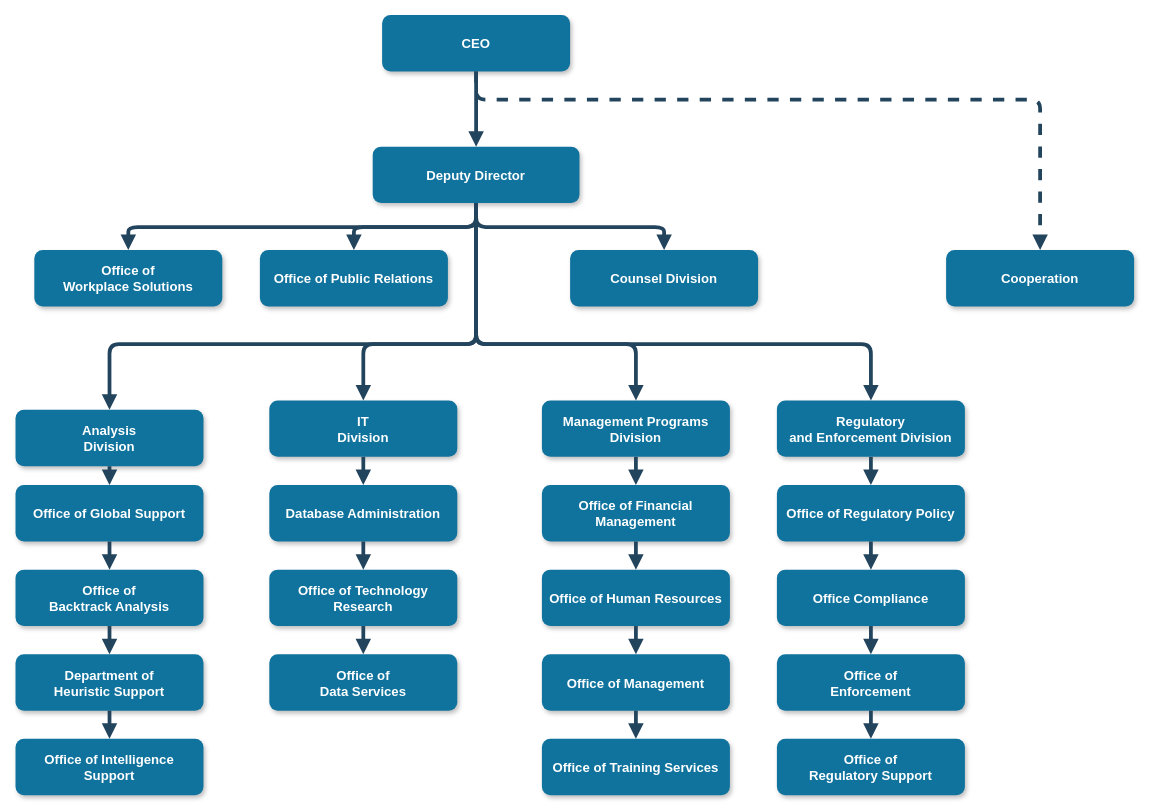
Before: Untitled Diagram.drawio in dikshyarai10/CHMD-, a draw.io diagram. Source tidied: cells renumbered, new cells numbered last; positions are measured from the earlier drawing's top-left corner, leaving out a move shared by most shapes. Both pictures are drawn from the tidied source at 94%, with x=0, y=0 at pixel (15, 15).
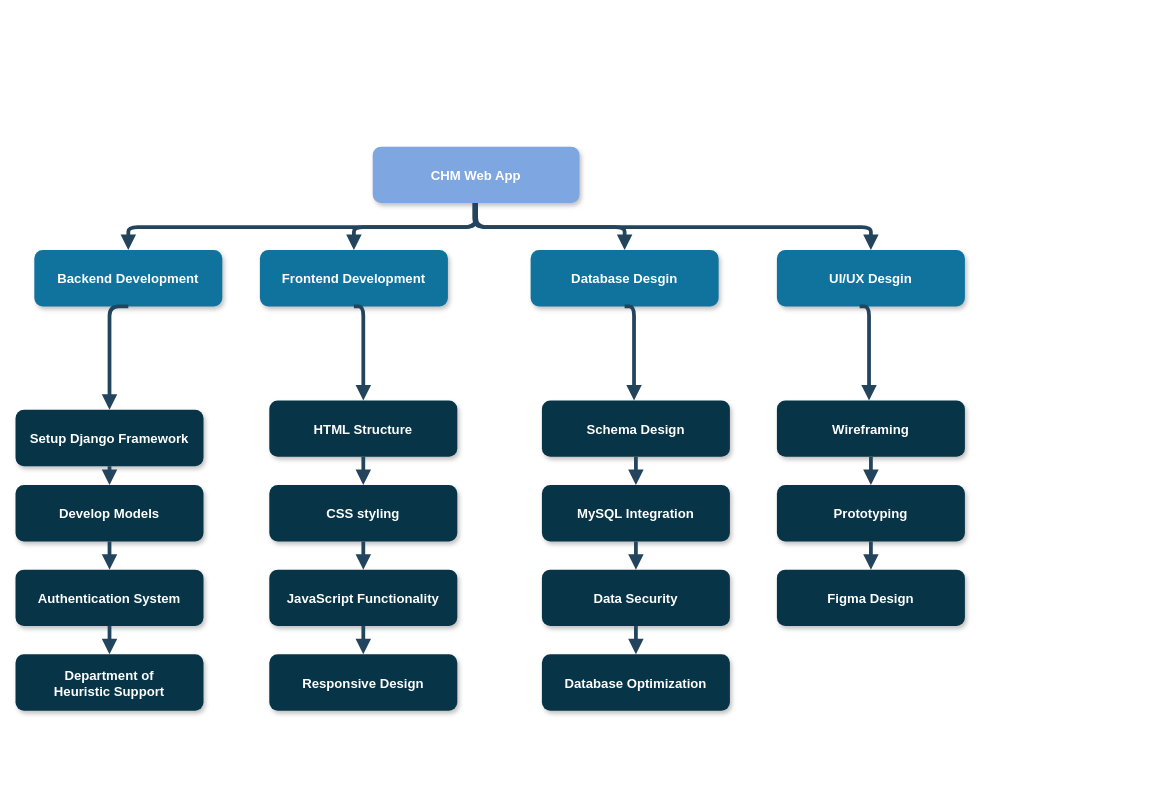
The same page after the edit.

Diff of the diagram source:
```diff
@@
-    <mxCell id="2" value="CEO" style="rounded=1;fillColor=#10739E;strokeColor=none;shadow=1;gradientColor=none;fontStyle=1;fontColor=#FFFFFF;fontSize=14;" parent="1" vertex="1">
-      <mxGeometry x="390" y="-0.5" width="200" height="60" as="geometry" />
-    </mxCell>
-    <mxCell id="3" value="Deputy Director" style="rounded=1;fillColor=#10739E;strokeColor=none;shadow=1;gradientColor=none;fontStyle=1;fontColor=#FFFFFF;fontSize=14;" parent="1" vertex="1">
+    <mxCell id="3" value="CHM Web App" style="rounded=1;fillColor=#7EA6E0;strokeColor=none;shadow=1;gradientColor=none;fontStyle=1;fontColor=#FFFFFF;fontSize=14;" parent="1" vertex="1">
       <mxGeometry x="380" y="139.5" width="220" height="60" as="geometry" />
     </mxCell>
-    <mxCell id="4" value="Office of &#10;Workplace Solutions" style="rounded=1;fillColor=#10739E;strokeColor=none;shadow=1;gradientColor=none;fontStyle=1;fontColor=#FFFFFF;fontSize=14;" parent="1" vertex="1">
+    <mxCell id="4" value="Backend Development" style="rounded=1;fillColor=#10739E;strokeColor=none;shadow=1;gradientColor=none;fontStyle=1;fontColor=#FFFFFF;fontSize=14;" parent="1" vertex="1">
       <mxGeometry x="20" y="249.5" width="200" height="60" as="geometry" />
     </mxCell>
-    <mxCell id="5" value="Office of Public Relations" style="rounded=1;fillColor=#10739E;strokeColor=none;shadow=1;gradientColor=none;fontStyle=1;fontColor=#FFFFFF;fontSize=14;" parent="1" vertex="1">
+    <mxCell id="5" value="Frontend Development" style="rounded=1;fillColor=#10739E;strokeColor=none;shadow=1;gradientColor=none;fontStyle=1;fontColor=#FFFFFF;fontSize=14;" parent="1" vertex="1">
       <mxGeometry x="260" y="249.5" width="200" height="60" as="geometry" />
     </mxCell>
-    <mxCell id="6" value="Counsel Division" style="rounded=1;fillColor=#10739E;strokeColor=none;shadow=1;gradientColor=none;fontStyle=1;fontColor=#FFFFFF;fontSize=14;" parent="1" vertex="1">
-      <mxGeometry x="590" y="249.5" width="200" height="60" as="geometry" />
+    <mxCell id="6" value="Database Desgin" style="rounded=1;fillColor=#10739E;strokeColor=none;shadow=1;gradientColor=none;fontStyle=1;fontColor=#FFFFFF;fontSize=14;" parent="1" vertex="1">
+      <mxGeometry x="548" y="249.5" width="200" height="60" as="geometry" />
     </mxCell>
-    <mxCell id="7" value="Cooperation" style="rounded=1;fillColor=#10739E;strokeColor=none;shadow=1;gradientColor=none;fontStyle=1;fontColor=#FFFFFF;fontSize=14;" parent="1" vertex="1">
-      <mxGeometry x="990" y="249.5" width="200" height="60" as="geometry" />
-    </mxCell>
-    <mxCell id="8" value="Analysis &#10;Division" style="rounded=1;fillColor=#10739E;strokeColor=none;shadow=1;gradientColor=none;fontStyle=1;fontColor=#FFFFFF;fontSize=14;" parent="1" vertex="1">
+    <mxCell id="8" value="Setup Django Framework" style="rounded=1;fillColor=#073447;strokeColor=none;shadow=1;gradientColor=none;fontStyle=1;fontColor=#FFFFFF;fontSize=14;" parent="1" vertex="1">
       <mxGeometry y="419.5" width="200" height="60" as="geometry" />
     </mxCell>
-    <mxCell id="9" value="Office of Global Support" style="rounded=1;fillColor=#10739E;strokeColor=none;shadow=1;gradientColor=none;fontStyle=1;fontColor=#FFFFFF;fontSize=14;" parent="1" vertex="1">
+    <mxCell id="9" value="Develop Models" style="rounded=1;fillColor=#073447;strokeColor=none;shadow=1;gradientColor=none;fontStyle=1;fontColor=#FFFFFF;fontSize=14;" parent="1" vertex="1">
       <mxGeometry y="499.5" width="200" height="60" as="geometry" />
     </mxCell>
-    <mxCell id="10" value="Office of &#10;Backtrack Analysis" style="rounded=1;fillColor=#10739E;strokeColor=none;shadow=1;gradientColor=none;fontStyle=1;fontColor=#FFFFFF;fontSize=14;" parent="1" vertex="1">
+    <mxCell id="10" value="Authentication System" style="rounded=1;fillColor=#073447;strokeColor=none;shadow=1;gradientColor=none;fontStyle=1;fontColor=#FFFFFF;fontSize=14;" parent="1" vertex="1">
       <mxGeometry y="589.5" width="200" height="60" as="geometry" />
     </mxCell>
-    <mxCell id="11" value="Department of &#10;Heuristic Support" style="rounded=1;fillColor=#10739E;strokeColor=none;shadow=1;gradientColor=none;fontStyle=1;fontColor=#FFFFFF;fontSize=14;" parent="1" vertex="1">
+    <mxCell id="11" value="Department of &#10;Heuristic Support" style="rounded=1;fillColor=#073447;strokeColor=none;shadow=1;gradientColor=none;fontStyle=1;fontColor=#FFFFFF;fontSize=14;" parent="1" vertex="1">
       <mxGeometry y="679.5" width="200" height="60" as="geometry" />
     </mxCell>
-    <mxCell id="12" value="Office of Intelligence &#10;Support" style="rounded=1;fillColor=#10739E;strokeColor=none;shadow=1;gradientColor=none;fontStyle=1;fontColor=#FFFFFF;fontSize=14;" parent="1" vertex="1">
-      <mxGeometry y="769.5" width="200" height="60" as="geometry" />
-    </mxCell>
-    <mxCell id="13" value="IT&#10;Division" style="rounded=1;fillColor=#10739E;strokeColor=none;shadow=1;gradientColor=none;fontStyle=1;fontColor=#FFFFFF;fontSize=14;" parent="1" vertex="1">
+    <mxCell id="13" value="HTML Structure" style="rounded=1;fillColor=#073447;strokeColor=none;shadow=1;gradientColor=none;fontStyle=1;fontColor=#FFFFFF;fontSize=14;" parent="1" vertex="1">
       <mxGeometry x="270" y="409.5" width="200" height="60" as="geometry" />
     </mxCell>
-    <mxCell id="14" value="Database Administration" style="rounded=1;fillColor=#10739E;strokeColor=none;shadow=1;gradientColor=none;fontStyle=1;fontColor=#FFFFFF;fontSize=14;" parent="1" vertex="1">
+    <mxCell id="14" value="CSS styling" style="rounded=1;fillColor=#073447;strokeColor=none;shadow=1;gradientColor=none;fontStyle=1;fontColor=#FFFFFF;fontSize=14;" parent="1" vertex="1">
       <mxGeometry x="270" y="499.5" width="200" height="60" as="geometry" />
     </mxCell>
-    <mxCell id="15" value="Office of Technology &#10;Research" style="rounded=1;fillColor=#10739E;strokeColor=none;shadow=1;gradientColor=none;fontStyle=1;fontColor=#FFFFFF;fontSize=14;" parent="1" vertex="1">
+    <mxCell id="15" value="JavaScript Functionality" style="rounded=1;fillColor=#073447;strokeColor=none;shadow=1;gradientColor=none;fontStyle=1;fontColor=#FFFFFF;fontSize=14;" parent="1" vertex="1">
       <mxGeometry x="270" y="589.5" width="200" height="60" as="geometry" />
     </mxCell>
-    <mxCell id="16" value="Office of&#10;Data Services" style="rounded=1;fillColor=#10739E;strokeColor=none;shadow=1;gradientColor=none;fontStyle=1;fontColor=#FFFFFF;fontSize=14;" parent="1" vertex="1">
+    <mxCell id="16" value="Responsive Design" style="rounded=1;fillColor=#073447;strokeColor=none;shadow=1;gradientColor=none;fontStyle=1;fontColor=#FFFFFF;fontSize=14;" parent="1" vertex="1">
       <mxGeometry x="270" y="679.5" width="200" height="60" as="geometry" />
     </mxCell>
-    <mxCell id="17" value="Management Programs &#10;Division" style="rounded=1;fillColor=#10739E;strokeColor=none;shadow=1;gradientColor=none;fontStyle=1;fontColor=#FFFFFF;fontSize=14;" parent="1" vertex="1">
+    <mxCell id="17" value="Schema Design" style="rounded=1;fillColor=#073447;strokeColor=none;shadow=1;gradientColor=none;fontStyle=1;fontColor=#FFFFFF;fontSize=14;" parent="1" vertex="1">
       <mxGeometry x="560" y="409.5" width="200" height="60" as="geometry" />
     </mxCell>
-    <mxCell id="18" value="Office of Financial &#10;Management" style="rounded=1;fillColor=#10739E;strokeColor=none;shadow=1;gradientColor=none;fontStyle=1;fontColor=#FFFFFF;fontSize=14;" parent="1" vertex="1">
+    <mxCell id="18" value="MySQL Integration" style="rounded=1;fillColor=#073447;strokeColor=none;shadow=1;gradientColor=none;fontStyle=1;fontColor=#FFFFFF;fontSize=14;" parent="1" vertex="1">
       <mxGeometry x="560" y="499.5" width="200" height="60" as="geometry" />
     </mxCell>
-    <mxCell id="19" value="Office of Human Resources" style="rounded=1;fillColor=#10739E;strokeColor=none;shadow=1;gradientColor=none;fontStyle=1;fontColor=#FFFFFF;fontSize=14;" parent="1" vertex="1">
+    <mxCell id="19" value="Data Security" style="rounded=1;fillColor=#073447;strokeColor=none;shadow=1;gradientColor=none;fontStyle=1;fontColor=#FFFFFF;fontSize=14;" parent="1" vertex="1">
       <mxGeometry x="560" y="589.5" width="200" height="60" as="geometry" />
     </mxCell>
-    <mxCell id="20" value="Office of Management " style="rounded=1;fillColor=#10739E;strokeColor=none;shadow=1;gradientColor=none;fontStyle=1;fontColor=#FFFFFF;fontSize=14;" parent="1" vertex="1">
+    <mxCell id="20" value="Database Optimization" style="rounded=1;fillColor=#073447;strokeColor=none;shadow=1;gradientColor=none;fontStyle=1;fontColor=#FFFFFF;fontSize=14;" parent="1" vertex="1">
       <mxGeometry x="560" y="679.5" width="200" height="60" as="geometry" />
     </mxCell>
-    <mxCell id="21" value="Office of Training Services" style="rounded=1;fillColor=#10739E;strokeColor=none;shadow=1;gradientColor=none;fontStyle=1;fontColor=#FFFFFF;fontSize=14;" parent="1" vertex="1">
-      <mxGeometry x="560" y="769.5" width="200" height="60" as="geometry" />
-    </mxCell>
-    <mxCell id="22" value="Regulatory &#10;and Enforcement Division" style="rounded=1;fillColor=#10739E;strokeColor=none;shadow=1;gradientColor=none;fontStyle=1;fontColor=#FFFFFF;fontSize=14;" parent="1" vertex="1">
+    <mxCell id="22" value="Wireframing" style="rounded=1;fillColor=#073447;strokeColor=none;shadow=1;gradientColor=none;fontStyle=1;fontColor=#FFFFFF;fontSize=14;" parent="1" vertex="1">
       <mxGeometry x="810" y="409.5" width="200" height="60" as="geometry" />
     </mxCell>
-    <mxCell id="23" value="Office of Regulatory Policy" style="rounded=1;fillColor=#10739E;strokeColor=none;shadow=1;gradientColor=none;fontStyle=1;fontColor=#FFFFFF;fontSize=14;" parent="1" vertex="1">
+    <mxCell id="23" value="Prototyping" style="rounded=1;fillColor=#073447;strokeColor=none;shadow=1;gradientColor=none;fontStyle=1;fontColor=#FFFFFF;fontSize=14;" parent="1" vertex="1">
       <mxGeometry x="810" y="499.5" width="200" height="60" as="geometry" />
     </mxCell>
-    <mxCell id="24" value="Office Compliance" style="rounded=1;fillColor=#10739E;strokeColor=none;shadow=1;gradientColor=none;fontStyle=1;fontColor=#FFFFFF;fontSize=14;" parent="1" vertex="1">
+    <mxCell id="24" value="Figma Design" style="rounded=1;fillColor=#073447;strokeColor=none;shadow=1;gradientColor=none;fontStyle=1;fontColor=#FFFFFF;fontSize=14;" parent="1" vertex="1">
       <mxGeometry x="810" y="589.5" width="200" height="60" as="geometry" />
     </mxCell>
-    <mxCell id="25" value="Office of &#10;Enforcement" style="rounded=1;fillColor=#10739E;strokeColor=none;shadow=1;gradientColor=none;fontStyle=1;fontColor=#FFFFFF;fontSize=14;" parent="1" vertex="1">
-      <mxGeometry x="810" y="679.5" width="200" height="60" as="geometry" />
-    </mxCell>
-    <mxCell id="26" value="Office of&#10; Regulatory Support" style="rounded=1;fillColor=#10739E;strokeColor=none;shadow=1;gradientColor=none;fontStyle=1;fontColor=#FFFFFF;fontSize=14;" parent="1" vertex="1">
-      <mxGeometry x="810" y="769.5" width="200" height="60" as="geometry" />
-    </mxCell>
-    <mxCell id="27" style="edgeStyle=elbowEdgeStyle;elbow=vertical;strokeWidth=4;endArrow=block;endFill=1;fontStyle=1;strokeColor=#23445D;" parent="1" edge="1" source="2" target="3">
-      <mxGeometry x="22" y="165.5" as="geometry" />
-    </mxCell>
@@
-    <mxCell id="31" style="edgeStyle=elbowEdgeStyle;elbow=vertical;strokeWidth=4;endArrow=block;endFill=1;fontStyle=1;dashed=1;strokeColor=#23445D;" parent="1" edge="1" source="2" target="7">
-      <mxGeometry x="22" y="165.5" as="geometry">
-        <Array as="points">
-          <mxPoint x="780" y="89.5" />
-        </Array>
-      </mxGeometry>
-    </mxCell>
-    <mxCell id="32" style="edgeStyle=elbowEdgeStyle;elbow=vertical;strokeWidth=4;endArrow=block;endFill=1;fontStyle=1;strokeColor=#23445D;" parent="1" edge="1" source="3" target="8">
-      <mxGeometry x="22" y="165.5" as="geometry">
-        <Array as="points">
-          <mxPoint x="270" y="349.5" />
-        </Array>
-      </mxGeometry>
-    </mxCell>
-    <mxCell id="33" style="edgeStyle=elbowEdgeStyle;elbow=vertical;strokeWidth=4;endArrow=block;endFill=1;fontStyle=1;strokeColor=#23445D;" parent="1" edge="1" source="3" target="22">
-      <mxGeometry x="22" y="165.5" as="geometry">
-        <Array as="points">
-          <mxPoint x="690" y="349.5" />
-        </Array>
-      </mxGeometry>
-    </mxCell>
-    <mxCell id="34" style="edgeStyle=elbowEdgeStyle;elbow=vertical;strokeWidth=4;endArrow=block;endFill=1;fontStyle=1;strokeColor=#23445D;" parent="1" edge="1" source="8" target="9">
-      <mxGeometry x="62" y="165.5" as="geometry" />
+    <mxCell id="34" style="edgeStyle=elbowEdgeStyle;elbow=vertical;strokeWidth=4;endArrow=block;endFill=1;fontStyle=1;strokeColor=#23445D;exitX=0.5;exitY=1;exitDx=0;exitDy=0;entryX=0.5;entryY=0;entryDx=0;entryDy=0;" parent="1" edge="1" source="8" target="9">
+      <mxGeometry x="62" y="165.5" as="geometry">
+        <Array as="points">
+          <mxPoint x="108" y="484" />
+        </Array>
+      </mxGeometry>
     </mxCell>
@@
-    <mxCell id="37" style="edgeStyle=elbowEdgeStyle;elbow=vertical;strokeWidth=4;endArrow=block;endFill=1;fontStyle=1;strokeColor=#23445D;" parent="1" edge="1" source="11" target="12">
-      <mxGeometry x="62" y="195.5" as="geometry" />
-    </mxCell>
@@
-    <mxCell id="44" style="edgeStyle=elbowEdgeStyle;elbow=vertical;strokeWidth=4;endArrow=block;endFill=1;fontStyle=1;strokeColor=#23445D;" parent="1" edge="1" source="20" target="21">
-      <mxGeometry x="72" y="195.5" as="geometry" />
-    </mxCell>
@@
-    <mxCell id="47" style="edgeStyle=elbowEdgeStyle;elbow=vertical;strokeWidth=4;endArrow=block;endFill=1;fontStyle=1;strokeColor=#23445D;" parent="1" edge="1" source="24" target="25">
-      <mxGeometry x="72" y="185.5" as="geometry" />
-    </mxCell>
-    <mxCell id="48" style="edgeStyle=elbowEdgeStyle;elbow=vertical;strokeWidth=4;endArrow=block;endFill=1;fontStyle=1;strokeColor=#23445D;" parent="1" edge="1" source="25" target="26">
-      <mxGeometry x="72" y="195.5" as="geometry" />
-    </mxCell>
-    <mxCell id="49" style="edgeStyle=elbowEdgeStyle;elbow=vertical;strokeWidth=4;endArrow=block;endFill=1;fontStyle=1;strokeColor=#23445D;" parent="1" edge="1" source="3" target="13">
+    <mxCell id="49" style="edgeStyle=elbowEdgeStyle;elbow=horizontal;strokeWidth=4;endArrow=block;endFill=1;fontStyle=1;strokeColor=#23445D;exitX=0.5;exitY=1;exitDx=0;exitDy=0;" parent="1" edge="1" source="5" target="13">
       <mxGeometry x="22" y="165.5" as="geometry">
         <Array as="points">
           <mxPoint x="370" y="349.5" />
         </Array>
       </mxGeometry>
     </mxCell>
-    <mxCell id="50" style="edgeStyle=elbowEdgeStyle;elbow=vertical;strokeWidth=4;endArrow=block;endFill=1;fontStyle=1;strokeColor=#23445D;" parent="1" edge="1" source="3" target="17">
+    <mxCell id="50" style="edgeStyle=elbowEdgeStyle;elbow=horizontal;strokeWidth=4;endArrow=block;endFill=1;fontStyle=1;strokeColor=#23445D;entryX=0.5;entryY=0;entryDx=0;entryDy=0;exitX=0.5;exitY=1;exitDx=0;exitDy=0;" parent="1" edge="1" source="4" target="8">
       <mxGeometry x="22" y="165.5" as="geometry">
         <Array as="points">
-          <mxPoint x="660" y="349.5" />
+          <mxPoint x="100" y="344" />
         </Array>
       </mxGeometry>
     </mxCell>
+    <mxCell id="51" value="UI/UX Desgin" style="rounded=1;fillColor=#10739E;strokeColor=none;shadow=1;gradientColor=none;fontStyle=1;fontColor=#FFFFFF;fontSize=14;" parent="1" vertex="1">
+      <mxGeometry x="810" y="249.5" width="200" height="60" as="geometry" />
+    </mxCell>
+    <mxCell id="52" style="edgeStyle=elbowEdgeStyle;elbow=horizontal;strokeWidth=4;endArrow=block;endFill=1;fontStyle=1;strokeColor=#23445D;exitX=0.5;exitY=1;exitDx=0;exitDy=0;" parent="1" edge="1">
+      <mxGeometry x="22" y="165.5" as="geometry">
+        <mxPoint x="648" y="309.5" as="sourcePoint" />
+        <mxPoint x="658" y="409.5" as="targetPoint" />
+        <Array as="points">
+          <mxPoint x="658" y="349" />
+        </Array>
+      </mxGeometry>
+    </mxCell>
+    <mxCell id="53" style="edgeStyle=elbowEdgeStyle;elbow=vertical;strokeWidth=4;endArrow=block;endFill=1;fontStyle=1;strokeColor=#23445D;entryX=0.5;entryY=0;entryDx=0;entryDy=0;" parent="1" edge="1" target="51">
+      <mxGeometry x="22" y="165.5" as="geometry">
+        <mxPoint x="488" y="199.5" as="sourcePoint" />
+      </mxGeometry>
+    </mxCell>
+    <mxCell id="54" style="edgeStyle=elbowEdgeStyle;elbow=horizontal;strokeWidth=4;endArrow=block;endFill=1;fontStyle=1;strokeColor=#23445D;exitX=0.5;exitY=1;exitDx=0;exitDy=0;" parent="1" edge="1">
+      <mxGeometry x="22" y="165.5" as="geometry">
+        <mxPoint x="898" y="309.5" as="sourcePoint" />
+        <mxPoint x="908" y="409.5" as="targetPoint" />
+        <Array as="points">
+          <mxPoint x="908" y="349" />
+        </Array>
+      </mxGeometry>
+    </mxCell>
```
